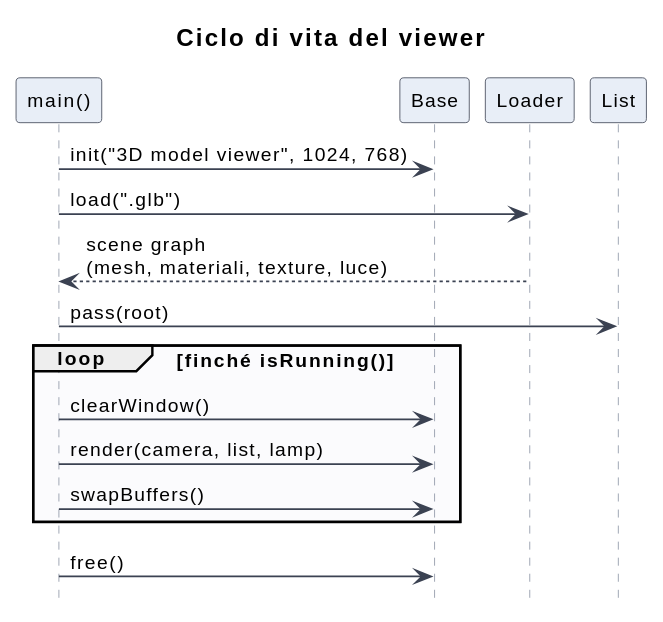
The PlantUML diagram doc/uml/03_ciclo_viewer.svg in Alex111145/CompGraph, before a commit.
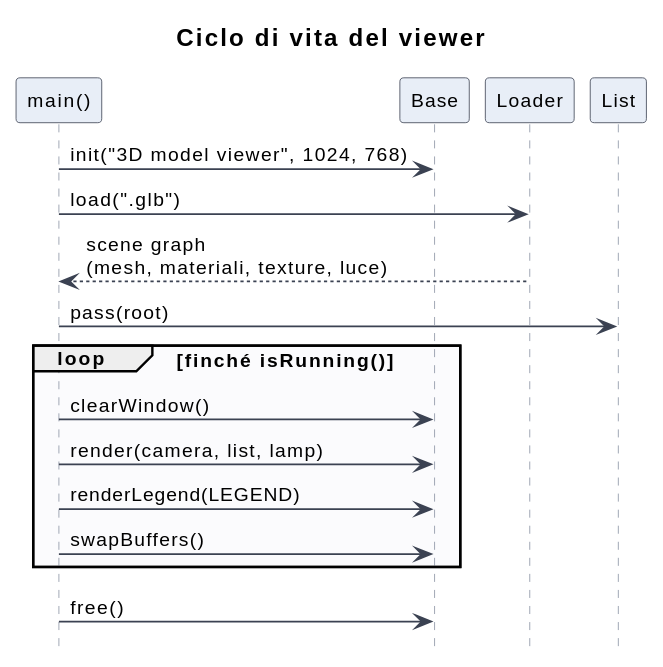
Later version of the same file.

Diff of the diagram source:
```diff
@@ -15,6 +15,7 @@
 loop finché isRunning()
   main -> eng : clearWindow()
   main -> eng : render(camera, list, lamp)
+  main -> eng : renderLegend(LEGEND)
   main -> eng : swapBuffers()
 end
 main -> eng : free()
```
